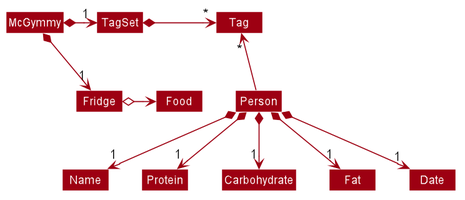
Before: docs/images/BetterModelClassDiagram.png, a diagram exported from PlantUML (nus-cs2103-AY2021S1/tp).
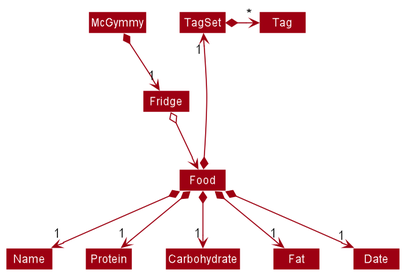
After the change.

Diff of the diagram source:
```diff
@@ -51,19 +51,19 @@
 skinparam arrowColor #9D0012
 skinparam classBackgroundColor #9D0012
 
-McGymmy *-right-> "1" Fridge
-McGymmy *-right-> "1" TagSet
+McGymmy *-down-> "1" Fridge
 TagSet -[hidden]down- Fridge
 TagSet -[hidden]down- Fridge
 
+
+Fridge o-down-> Food
+
+
+Food *--> "1" Name
+Food *--> "1" Protein
+Food *--> "1" Carbohydrate
+Food *--> "1" Fat
+Food *--> "1" Date
+Food *--> "1" TagSet
 TagSet *-right-> "*" Tag
-Fridge o-right-> Food
-
-Person -up-> "*" Tag
-
-Person *--> "1" Name
-Person *--> "1" Protein
-Person *--> "1" Carbohydrate
-Person *--> "1" Fat
-Person *--> "1" Date
 @enduml
```
